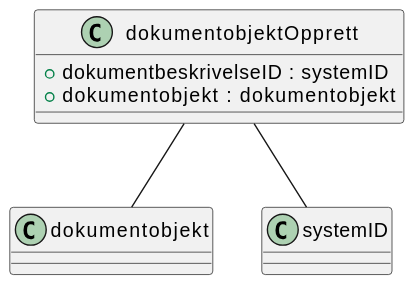
Before: Dokumentasjon/V1/SchemaModels/no/ks/fiks/arkiv/v1/arkivering/dokumentobjekt/opprett-relations.svg, a diagram exported from PlantUML (ks-no/fiks-arkiv-specification). The source it was exported from:
```plantuml
@startuml
class dokumentobjektOpprett {
    +dokumentbeskrivelseID : systemID
    +dokumentobjekt : dokumentobjekt
}

dokumentobjektOpprett -- dokumentobjekt
dokumentobjektOpprett -- systemID
@enduml
```
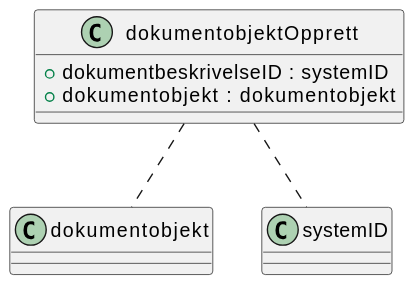
Later version of the same file.

The edit, as a diff of the source:
```diff
@@ -1,9 +1,6 @@
 @startuml
-class dokumentobjektOpprett {
-    +dokumentbeskrivelseID : systemID
-    +dokumentobjekt : dokumentobjekt
-}
+!include opprett.pu
 
-dokumentobjektOpprett -- dokumentobjekt
-dokumentobjektOpprett -- systemID
+dokumentobjektOpprett .. dokumentobjekt
+dokumentobjektOpprett .. systemID
 @enduml
```
